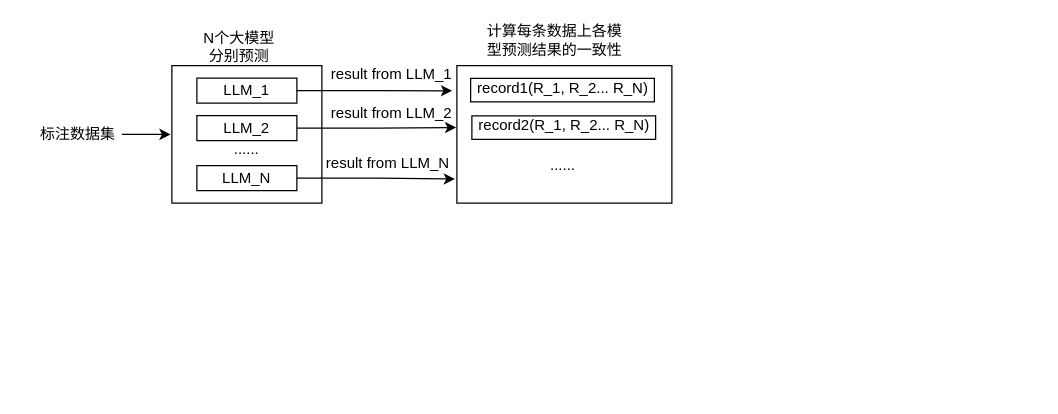
Above: patent_模型结果集成.drawio in CindyZX/drawio_figures (draw.io), before the change. Source tidied: cells renumbered, new cells numbered last; positions are measured from the earlier drawing's top-left corner, leaving out a move shared by most shapes. Both pictures are drawn from the tidied source at 125%, with x=0, y=0 at pixel (34, 21).
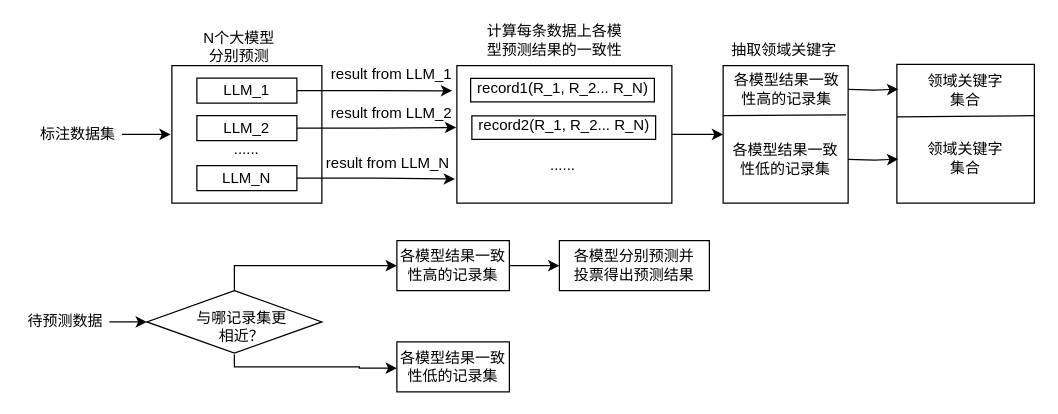
Above is the later version.

Commit message (it also covers changes not shown here):
更新patent_模型结果集成.drawio

Unchanged cells that the change refers to:
```xml
<mxCell id="10" style="rounded=0;whiteSpace=wrap;html=1;" parent="1" vertex="1">
  <mxGeometry x="338" y="35" width="172" height="110" as="geometry" />
</mxCell>
```

Diff of the diagram source:
```diff
@@
+    <mxCell id="25" style="edgeStyle=orthogonalEdgeStyle;rounded=0;jettySize=auto;html=1;exitX=1;exitY=0.5;exitDx=0;exitDy=0;entryX=0;entryY=0.5;entryDx=0;entryDy=0;" parent="1" edge="1" source="10" target="26">
+      <mxGeometry relative="1" as="geometry" />
+    </mxCell>
@@
+    <mxCell id="26" style="rounded=0;whiteSpace=wrap;html=1;" parent="1" vertex="1">
+      <mxGeometry x="551" y="35" width="100" height="110" as="geometry" />
+    </mxCell>
+    <mxCell id="27" style="endArrow=none;html=1;rounded=0;" parent="1" edge="1" target="26">
+      <mxGeometry relative="1" as="geometry">
+        <mxPoint x="551" y="72.7" as="sourcePoint" />
+      </mxGeometry>
+    </mxCell>
+    <mxCell id="28" style="endArrow=none;html=1;rounded=0;entryX=0.984;entryY=0.359;entryDx=0;entryDy=0;entryPerimeter=0;" parent="1" edge="1" target="26">
+      <mxGeometry relative="1" as="geometry">
+        <mxPoint x="551" y="75" as="sourcePoint" />
+      </mxGeometry>
+    </mxCell>
+    <mxCell id="29" value="各模型结果一致性高的记录集" style="text;html=1;align=center;verticalAlign=middle;whiteSpace=wrap;rounded=0;" parent="1" vertex="1">
+      <mxGeometry x="557" y="39" width="90" height="30" as="geometry" />
+    </mxCell>
+    <mxCell id="30" value="各模型结果一致性低的记录集" style="text;html=1;align=center;verticalAlign=middle;whiteSpace=wrap;rounded=0;" parent="1" vertex="1">
+      <mxGeometry x="556" y="95" width="90" height="30" as="geometry" />
+    </mxCell>
+    <mxCell id="31" style="rounded=0;whiteSpace=wrap;html=1;" parent="1" vertex="1">
+      <mxGeometry x="690" y="34" width="110" height="111" as="geometry" />
+    </mxCell>
+    <mxCell id="32" style="endArrow=none;html=1;rounded=0;" parent="1" edge="1" target="31">
+      <mxGeometry relative="1" as="geometry">
+        <mxPoint x="690" y="73.5" as="sourcePoint" />
+      </mxGeometry>
+    </mxCell>
+    <mxCell id="33" style="endArrow=none;html=1;rounded=0;" parent="1" edge="1">
+      <mxGeometry relative="1" as="geometry">
+        <mxPoint x="690" y="76" as="sourcePoint" />
+        <mxPoint x="800" y="75" as="targetPoint" />
+      </mxGeometry>
+    </mxCell>
+    <mxCell id="34" value="领域关键字集合" style="text;html=1;align=center;verticalAlign=middle;whiteSpace=wrap;rounded=0;" parent="1" vertex="1">
+      <mxGeometry x="710" y="40" width="70" height="30" as="geometry" />
+    </mxCell>
+    <mxCell id="35" value="领域关键字集合" style="text;html=1;align=center;verticalAlign=middle;whiteSpace=wrap;rounded=0;" parent="1" vertex="1">
+      <mxGeometry x="710" y="94" width="70" height="30" as="geometry" />
+    </mxCell>
+    <mxCell id="36" style="edgeStyle=orthogonalEdgeStyle;rounded=0;orthogonalLoop=1;jettySize=auto;html=1;entryX=-0.026;entryY=0.179;entryDx=0;entryDy=0;entryPerimeter=0;" parent="1" edge="1">
+      <mxGeometry relative="1" as="geometry">
+        <mxPoint x="651" y="54" as="sourcePoint" />
+        <mxPoint x="691.1" y="53.9" as="targetPoint" />
+      </mxGeometry>
+    </mxCell>
+    <mxCell id="37" style="edgeStyle=orthogonalEdgeStyle;rounded=0;orthogonalLoop=1;jettySize=auto;html=1;entryX=-0.026;entryY=0.179;entryDx=0;entryDy=0;entryPerimeter=0;" parent="1" edge="1">
+      <mxGeometry relative="1" as="geometry">
+        <mxPoint x="651" y="110" as="sourcePoint" />
+        <mxPoint x="691.1" y="109.9" as="targetPoint" />
+      </mxGeometry>
+    </mxCell>
+    <mxCell id="38" style="edgeStyle=orthogonalEdgeStyle;rounded=0;jettySize=auto;html=1;exitX=1;exitY=0.5;exitDx=0;exitDy=0;entryX=0;entryY=0.5;entryDx=0;entryDy=0;" parent="1" edge="1" source="39" target="41">
+      <mxGeometry relative="1" as="geometry" />
+    </mxCell>
+    <mxCell id="39" value="待预测数据" style="text;html=1;align=center;verticalAlign=middle;whiteSpace=wrap;rounded=0;" parent="1" vertex="1">
+      <mxGeometry x="-10" y="225" width="70" height="30" as="geometry" />
+    </mxCell>
+    <mxCell id="40" style="group;" parent="1" vertex="1">
+      <mxGeometry x="90" y="215" width="140" height="50" as="geometry" />
+    </mxCell>
+    <mxCell id="41" style="rhombus;whiteSpace=wrap;html=1;" parent="40" vertex="1">
+      <mxGeometry width="140" height="50" as="geometry" />
+    </mxCell>
+    <mxCell id="42" value="与哪记录集更相近？" style="text;html=1;align=center;verticalAlign=middle;whiteSpace=wrap;rounded=0;" parent="40" vertex="1">
+      <mxGeometry x="36" y="14" width="80" height="30" as="geometry" />
+    </mxCell>
+    <mxCell id="43" style="edgeStyle=orthogonalEdgeStyle;rounded=0;jettySize=auto;html=1;exitX=1;exitY=0.5;exitDx=0;exitDy=0;entryX=0;entryY=0.5;entryDx=0;entryDy=0;" parent="1" edge="1" source="44" target="49">
+      <mxGeometry relative="1" as="geometry" />
+    </mxCell>
+    <mxCell id="44" value="各模型结果一致性高的记录集" style="rounded=0;whiteSpace=wrap;html=1;" parent="1" vertex="1">
+      <mxGeometry x="290" y="175" width="90" height="40" as="geometry" />
+    </mxCell>
+    <mxCell id="45" value="各模型结果一致性低的记录集" style="rounded=0;whiteSpace=wrap;html=1;" parent="1" vertex="1">
+      <mxGeometry x="290" y="256" width="90" height="40" as="geometry" />
+    </mxCell>
+    <mxCell id="46" value="抽取领域关键字" style="text;html=1;align=center;verticalAlign=middle;whiteSpace=wrap;rounded=0;" parent="1" vertex="1">
+      <mxGeometry x="555" y="8" width="90" height="30" as="geometry" />
+    </mxCell>
+    <mxCell id="47" style="edgeStyle=orthogonalEdgeStyle;rounded=0;orthogonalLoop=1;jettySize=auto;html=1;exitX=0.5;exitY=1;exitDx=0;exitDy=0;entryX=0;entryY=0.5;entryDx=0;entryDy=0;" parent="1" edge="1">
+      <mxGeometry relative="1" as="geometry">
+        <mxPoint x="160" y="266" as="sourcePoint" />
+        <mxPoint x="290" y="277" as="targetPoint" />
+        <Array as="points">
+          <mxPoint x="160" y="276" />
+          <mxPoint x="260" y="276" />
+          <mxPoint x="260" y="277" />
+        </Array>
+      </mxGeometry>
+    </mxCell>
+    <mxCell id="48" style="edgeStyle=orthogonalEdgeStyle;rounded=0;jettySize=auto;html=1;exitX=0.5;exitY=0;exitDx=0;exitDy=0;entryX=0;entryY=0.5;entryDx=0;entryDy=0;" parent="1" edge="1" source="41" target="44">
+      <mxGeometry relative="1" as="geometry" />
+    </mxCell>
+    <mxCell id="49" style="rounded=0;whiteSpace=wrap;html=1;" parent="1" vertex="1">
+      <mxGeometry x="420" y="175" width="120" height="40" as="geometry" />
+    </mxCell>
+    <mxCell id="50" value="各模型分别预测并投票得出预测结果" style="text;html=1;align=center;verticalAlign=middle;whiteSpace=wrap;rounded=0;" parent="1" vertex="1">
+      <mxGeometry x="430" y="180" width="100" height="30" as="geometry" />
+    </mxCell>
```
